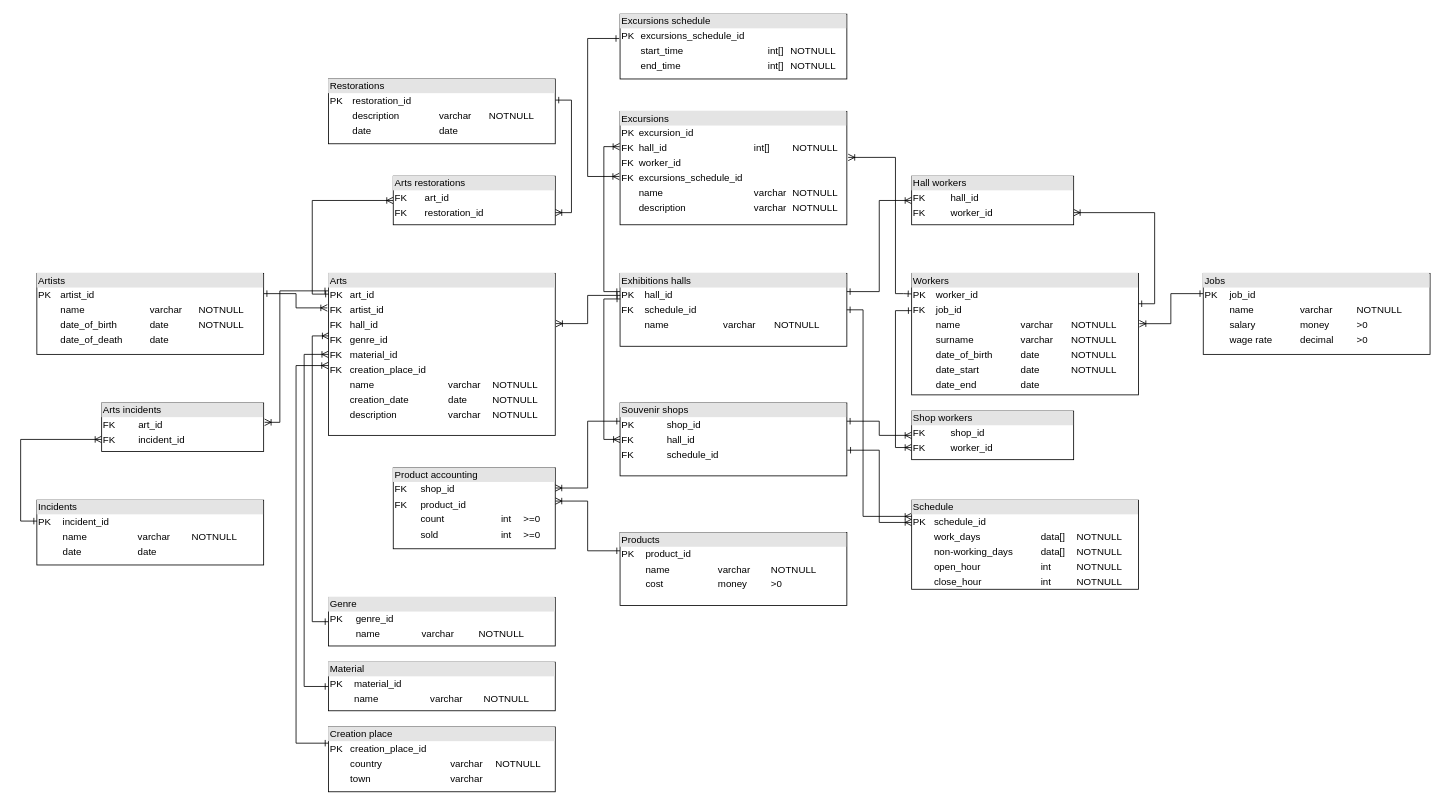
The draw.io diagram Art_museum_Morozova_Kakoulina_Vokina.drawio in polyymorr/art-museum, before the edit. Source tidied: cells renumbered, new cells numbered last; positions are measured from the earlier drawing's top-left corner, leaving out a move shared by most shapes. Both pictures are drawn from the tidied source at 81%, with x=0, y=0 at pixel (36, 14).
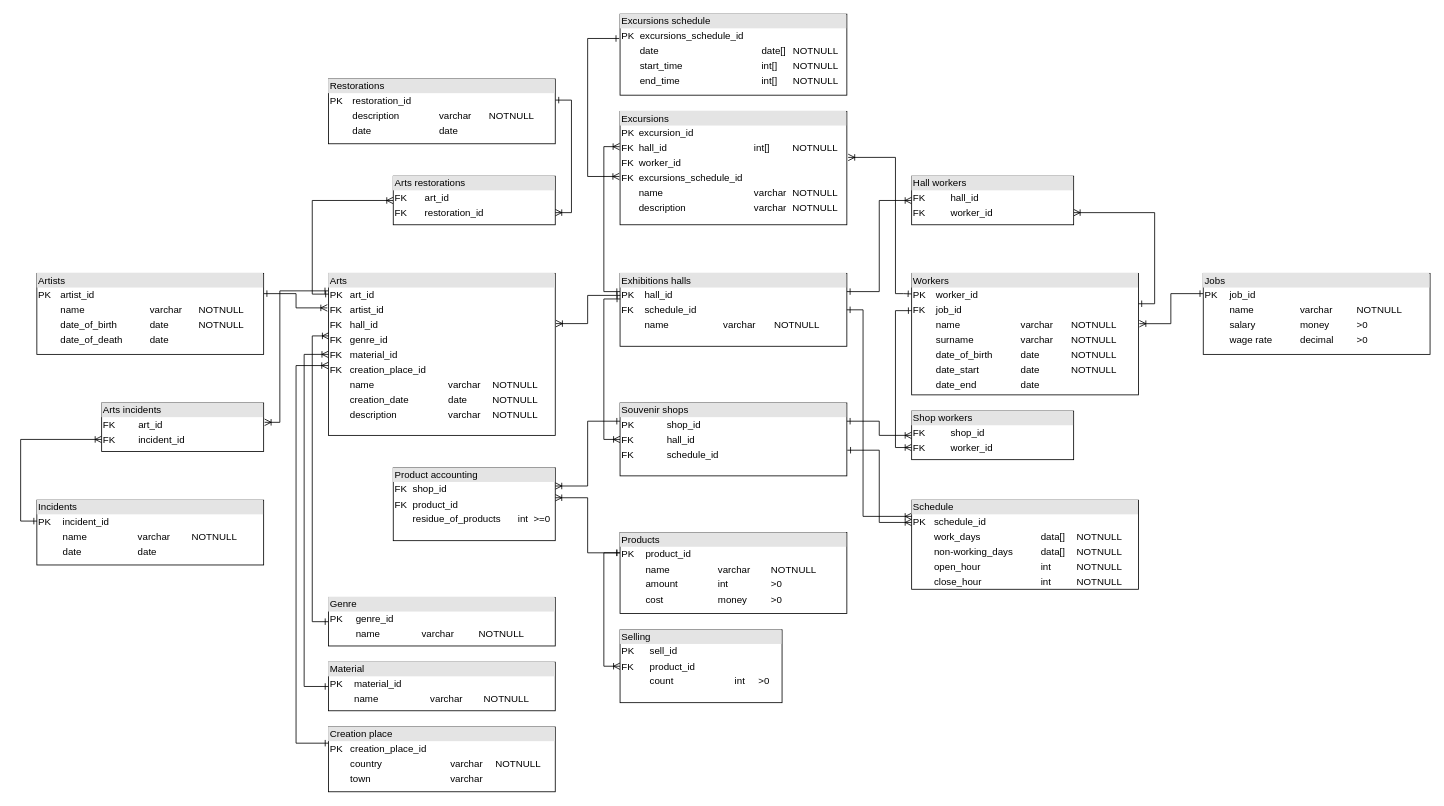
Above is the later version.

What changed in the source:
```diff
@@
+    <mxCell id="44" style="edgeStyle=orthogonalEdgeStyle;rounded=0;jettySize=auto;html=1;exitX=0;exitY=0.25;exitDx=0;exitDy=0;entryX=0;entryY=0.5;entryDx=0;entryDy=0;startArrow=ERone;startFill=0;endArrow=ERoneToMany;endFill=0;" parent="1" edge="1" source="5" target="45">
+      <mxGeometry relative="1" as="geometry" />
+    </mxCell>
-    <mxCell id="5" value="&lt;div style=&quot;box-sizing: border-box ; width: 100% ; background: #e4e4e4 ; padding: 2px&quot;&gt;Products&lt;/div&gt;&lt;table style=&quot;width: 100% ; font-size: 1em&quot; cellpadding=&quot;2&quot; cellspacing=&quot;0&quot;&gt;&lt;tbody&gt;&lt;tr&gt;&lt;td&gt;PK&lt;/td&gt;&lt;td&gt;product_id&lt;br&gt;&lt;/td&gt;&lt;td&gt;&lt;br&gt;&lt;/td&gt;&lt;td&gt;&lt;br&gt;&lt;/td&gt;&lt;td&gt;&lt;br&gt;&lt;/td&gt;&lt;/tr&gt;&lt;tr&gt;&lt;td&gt;&lt;br&gt;&lt;/td&gt;&lt;td&gt;name&lt;/td&gt;&lt;td&gt;varchar&lt;/td&gt;&lt;td&gt;NOTNULL&lt;/td&gt;&lt;td&gt;&lt;/td&gt;&lt;/tr&gt;&lt;tr&gt;&lt;td&gt;&lt;br&gt;&lt;/td&gt;&lt;td&gt;cost&lt;/td&gt;&lt;td&gt;money&lt;/td&gt;&lt;td&gt;&amp;gt;0&lt;/td&gt;&lt;td&gt;&lt;br&gt;&lt;/td&gt;&lt;/tr&gt;&lt;/tbody&gt;&lt;/table&gt;" style="verticalAlign=top;align=left;overflow=fill;html=1;" parent="1" vertex="1">
-      <mxGeometry x="720" y="640" width="280" height="90" as="geometry" />
+    <mxCell id="5" value="&lt;div style=&quot;box-sizing: border-box ; width: 100% ; background: #e4e4e4 ; padding: 2px&quot;&gt;Products&lt;/div&gt;&lt;table style=&quot;width: 100% ; font-size: 1em&quot; cellpadding=&quot;2&quot; cellspacing=&quot;0&quot;&gt;&lt;tbody&gt;&lt;tr&gt;&lt;td&gt;PK&lt;/td&gt;&lt;td&gt;product_id&lt;br&gt;&lt;/td&gt;&lt;td&gt;&lt;br&gt;&lt;/td&gt;&lt;td&gt;&lt;br&gt;&lt;/td&gt;&lt;td&gt;&lt;br&gt;&lt;/td&gt;&lt;/tr&gt;&lt;tr&gt;&lt;td&gt;&lt;br&gt;&lt;/td&gt;&lt;td&gt;name&lt;/td&gt;&lt;td&gt;varchar&lt;/td&gt;&lt;td&gt;NOTNULL&lt;/td&gt;&lt;td&gt;&lt;/td&gt;&lt;/tr&gt;&lt;tr&gt;&lt;td&gt;&lt;br&gt;&lt;/td&gt;&lt;td&gt;amount&lt;/td&gt;&lt;td&gt;int&lt;/td&gt;&lt;td&gt;&amp;gt;0&lt;/td&gt;&lt;td&gt;&lt;br&gt;&lt;/td&gt;&lt;/tr&gt;&lt;tr&gt;&lt;td&gt;&lt;br&gt;&lt;/td&gt;&lt;td&gt;cost&lt;/td&gt;&lt;td&gt;money&lt;/td&gt;&lt;td&gt;&amp;gt;0&lt;/td&gt;&lt;td&gt;&lt;br&gt;&lt;/td&gt;&lt;/tr&gt;&lt;/tbody&gt;&lt;/table&gt;" style="verticalAlign=top;align=left;overflow=fill;html=1;" parent="1" vertex="1">
+      <mxGeometry x="720" y="640" width="280" height="100" as="geometry" />
     </mxCell>
@@
-    <mxCell id="8" value="&lt;div style=&quot;box-sizing: border-box ; width: 100% ; background: rgb(228 , 228 , 228) ; padding: 2px&quot;&gt;Product accounting&lt;/div&gt;&lt;table style=&quot;width: 100% ; font-size: 1em&quot; cellpadding=&quot;2&quot; cellspacing=&quot;0&quot;&gt;&lt;tbody&gt;&lt;tr&gt;&lt;td&gt;FK&lt;/td&gt;&lt;td&gt;shop_id&lt;br&gt;&lt;/td&gt;&lt;td&gt;&lt;br&gt;&lt;/td&gt;&lt;td&gt;&lt;br&gt;&lt;/td&gt;&lt;/tr&gt;&lt;tr&gt;&lt;td&gt;FK&lt;/td&gt;&lt;td&gt;product_id&lt;/td&gt;&lt;td&gt;&lt;/td&gt;&lt;td&gt;&lt;br&gt;&lt;/td&gt;&lt;/tr&gt;&lt;tr&gt;&lt;td&gt;&lt;br&gt;&lt;/td&gt;&lt;td&gt;count&lt;/td&gt;&lt;td&gt;int&lt;/td&gt;&lt;td&gt;&amp;gt;=0&lt;/td&gt;&lt;/tr&gt;&lt;tr&gt;&lt;td&gt;&lt;br&gt;&lt;/td&gt;&lt;td&gt;sold&lt;/td&gt;&lt;td&gt;int&lt;/td&gt;&lt;td&gt;&amp;gt;=0&lt;/td&gt;&lt;/tr&gt;&lt;/tbody&gt;&lt;/table&gt;" style="verticalAlign=top;align=left;overflow=fill;html=1;" parent="1" vertex="1">
-      <mxGeometry x="440" y="560" width="200" height="100" as="geometry" />
+    <mxCell id="8" value="&lt;div style=&quot;box-sizing: border-box ; width: 100% ; background: rgb(228 , 228 , 228) ; padding: 2px&quot;&gt;Product accounting&lt;/div&gt;&lt;table style=&quot;width: 100% ; font-size: 1em&quot; cellpadding=&quot;2&quot; cellspacing=&quot;0&quot;&gt;&lt;tbody&gt;&lt;tr&gt;&lt;td&gt;FK&lt;/td&gt;&lt;td&gt;shop_id&lt;br&gt;&lt;/td&gt;&lt;td&gt;&lt;br&gt;&lt;/td&gt;&lt;td&gt;&lt;br&gt;&lt;/td&gt;&lt;/tr&gt;&lt;tr&gt;&lt;td&gt;FK&lt;/td&gt;&lt;td&gt;product_id&lt;/td&gt;&lt;td&gt;&lt;/td&gt;&lt;td&gt;&lt;br&gt;&lt;/td&gt;&lt;/tr&gt;&lt;tr&gt;&lt;td&gt;&lt;br&gt;&lt;/td&gt;&lt;td&gt;residue_of_products&lt;/td&gt;&lt;td&gt;int&lt;/td&gt;&lt;td&gt;&amp;gt;=0&lt;/td&gt;&lt;/tr&gt;&lt;/tbody&gt;&lt;/table&gt;" style="verticalAlign=top;align=left;overflow=fill;html=1;" parent="1" vertex="1">
+      <mxGeometry x="440" y="560" width="200" height="90" as="geometry" />
     </mxCell>
@@
-    <mxCell id="43" value="&lt;div style=&quot;box-sizing: border-box ; width: 100% ; background: #e4e4e4 ; padding: 2px&quot;&gt;Excursions schedule&lt;/div&gt;&lt;table style=&quot;width: 100% ; font-size: 1em&quot; cellpadding=&quot;2&quot; cellspacing=&quot;0&quot;&gt;&lt;tbody&gt;&lt;tr&gt;&lt;td&gt;PK&lt;/td&gt;&lt;td&gt;excursions_schedule_id&lt;br&gt;&lt;/td&gt;&lt;td&gt;&lt;br&gt;&lt;/td&gt;&lt;td&gt;&lt;br&gt;&lt;/td&gt;&lt;/tr&gt;&lt;tr&gt;&lt;td&gt;&lt;br&gt;&lt;/td&gt;&lt;td&gt;start_time&lt;/td&gt;&lt;td&gt;int[]&lt;/td&gt;&lt;td&gt;NOTNULL&lt;/td&gt;&lt;/tr&gt;&lt;tr&gt;&lt;td&gt;&lt;br&gt;&lt;/td&gt;&lt;td&gt;end_time&lt;/td&gt;&lt;td&gt;int[]&lt;/td&gt;&lt;td&gt;NOTNULL&lt;/td&gt;&lt;/tr&gt;&lt;tr&gt;&lt;td&gt;&lt;br&gt;&lt;/td&gt;&lt;td&gt;&lt;br&gt;&lt;/td&gt;&lt;td&gt;&lt;br&gt;&lt;/td&gt;&lt;td&gt;&lt;br&gt;&lt;/td&gt;&lt;/tr&gt;&lt;/tbody&gt;&lt;/table&gt;" style="verticalAlign=top;align=left;overflow=fill;html=1;" parent="1" vertex="1">
-      <mxGeometry x="720" width="280" height="80" as="geometry" />
+    <mxCell id="43" value="&lt;div style=&quot;box-sizing: border-box ; width: 100% ; background: #e4e4e4 ; padding: 2px&quot;&gt;Excursions schedule&lt;/div&gt;&lt;table style=&quot;width: 100% ; font-size: 1em&quot; cellpadding=&quot;2&quot; cellspacing=&quot;0&quot;&gt;&lt;tbody&gt;&lt;tr&gt;&lt;td&gt;PK&lt;/td&gt;&lt;td&gt;excursions_schedule_id&lt;br&gt;&lt;/td&gt;&lt;td&gt;&lt;br&gt;&lt;/td&gt;&lt;td&gt;&lt;br&gt;&lt;/td&gt;&lt;/tr&gt;&lt;tr&gt;&lt;td&gt;&lt;br&gt;&lt;/td&gt;&lt;td&gt;date&lt;/td&gt;&lt;td&gt;date[]&lt;/td&gt;&lt;td&gt;NOTNULL&lt;/td&gt;&lt;/tr&gt;&lt;tr&gt;&lt;td&gt;&lt;br&gt;&lt;/td&gt;&lt;td&gt;start_time&lt;/td&gt;&lt;td&gt;int[]&lt;/td&gt;&lt;td&gt;NOTNULL&lt;/td&gt;&lt;/tr&gt;&lt;tr&gt;&lt;td&gt;&lt;br&gt;&lt;/td&gt;&lt;td&gt;end_time&lt;/td&gt;&lt;td&gt;int[]&lt;/td&gt;&lt;td&gt;NOTNULL&lt;/td&gt;&lt;/tr&gt;&lt;tr&gt;&lt;td&gt;&lt;br&gt;&lt;/td&gt;&lt;td&gt;&lt;br&gt;&lt;/td&gt;&lt;td&gt;&lt;br&gt;&lt;/td&gt;&lt;td&gt;&lt;br&gt;&lt;/td&gt;&lt;/tr&gt;&lt;/tbody&gt;&lt;/table&gt;" style="verticalAlign=top;align=left;overflow=fill;html=1;" parent="1" vertex="1">
+      <mxGeometry x="720" width="280" height="100" as="geometry" />
     </mxCell>
+    <mxCell id="45" value="&lt;div style=&quot;box-sizing: border-box ; width: 100% ; background: rgb(228 , 228 , 228) ; padding: 2px&quot;&gt;Selling&lt;/div&gt;&lt;table style=&quot;width: 100% ; font-size: 1em&quot; cellpadding=&quot;2&quot; cellspacing=&quot;0&quot;&gt;&lt;tbody&gt;&lt;tr&gt;&lt;td&gt;PK&lt;/td&gt;&lt;td&gt;sell_id&lt;br&gt;&lt;/td&gt;&lt;td&gt;&lt;br&gt;&lt;/td&gt;&lt;td&gt;&lt;br&gt;&lt;/td&gt;&lt;/tr&gt;&lt;tr&gt;&lt;td&gt;FK&lt;/td&gt;&lt;td&gt;product_id&lt;/td&gt;&lt;td&gt;&lt;/td&gt;&lt;td&gt;&lt;br&gt;&lt;/td&gt;&lt;/tr&gt;&lt;tr&gt;&lt;td&gt;&lt;br&gt;&lt;/td&gt;&lt;td&gt;count&lt;/td&gt;&lt;td&gt;int&lt;/td&gt;&lt;td&gt;&amp;gt;0&lt;/td&gt;&lt;/tr&gt;&lt;/tbody&gt;&lt;/table&gt;" style="verticalAlign=top;align=left;overflow=fill;html=1;" parent="1" vertex="1">
+      <mxGeometry x="720" y="760" width="200" height="90" as="geometry" />
+    </mxCell>
```
